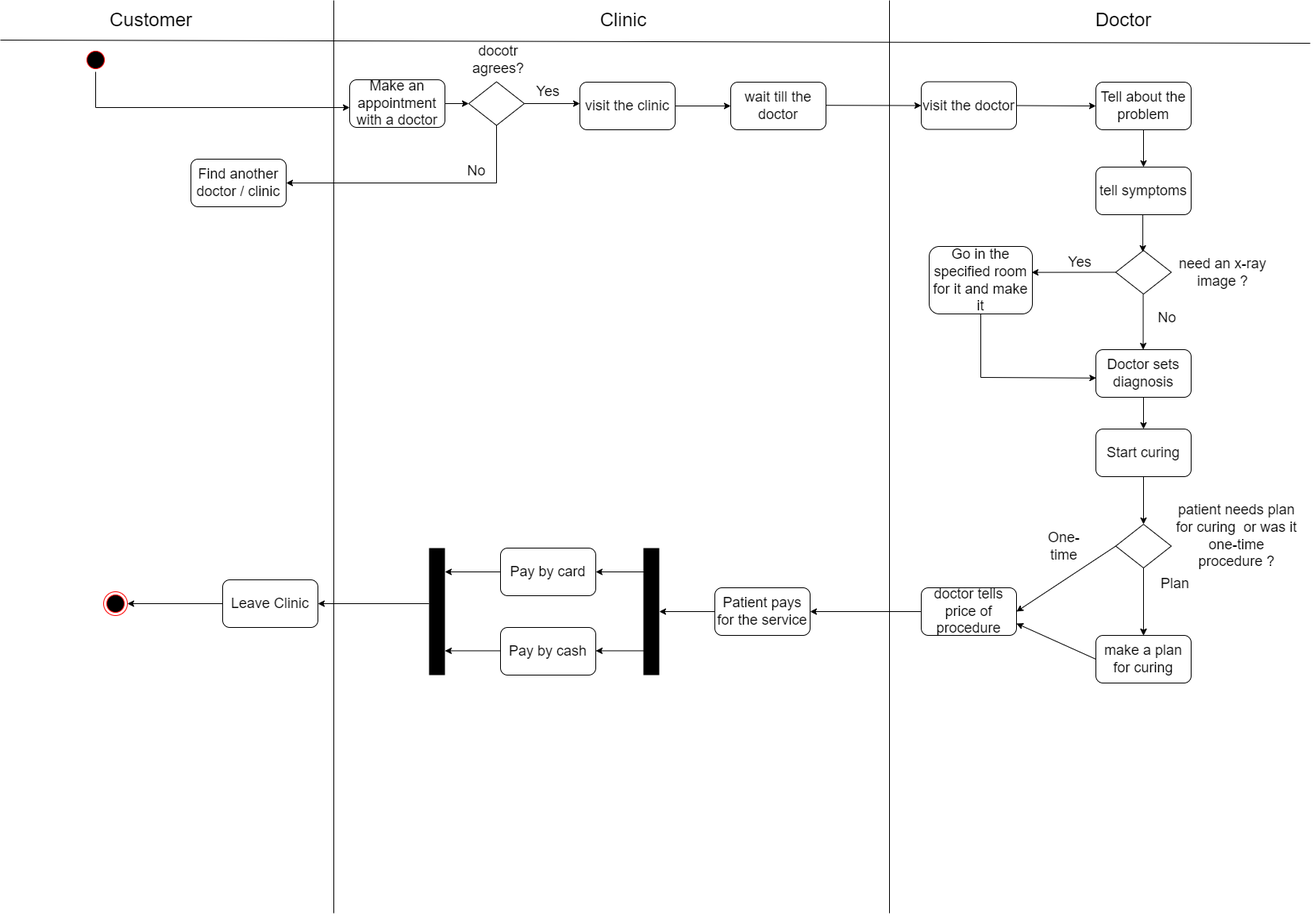
The draw.io diagram diagrams/ActivityDentalDiagram.drawio.png in NazarBylen/SoftwareDocumentationLabs, before a commit. Source tidied: cells renumbered, new cells last; positions are measured from the earlier drawing's top-left corner, leaving out a move shared by most shapes.
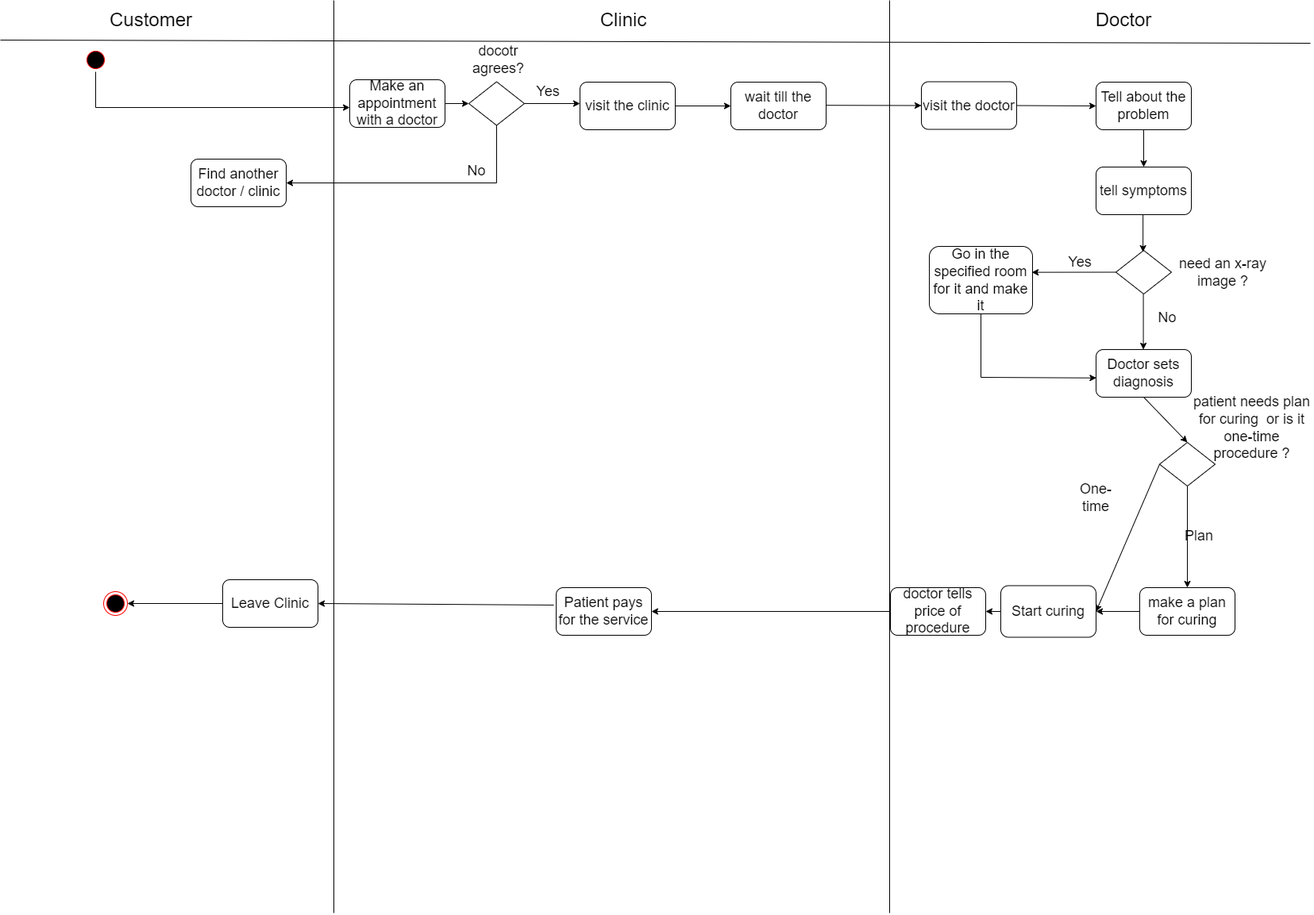
The same diagram one commit later.

Commit message:
diagrams refactored

The edit, as a diff of the source:
```diff
@@ -100,9 +100,6 @@
         <mxPoint x="1439.6" y="440" as="targetPoint" />
       </mxGeometry>
     </mxCell>
-    <mxCell id="28" value="Start curing" style="rounded=1;whiteSpace=wrap;html=1;strokeColor=default;align=center;verticalAlign=middle;fontFamily=Helvetica;fontSize=18;fontColor=default;fillColor=default;" parent="1" vertex="1">
-      <mxGeometry x="1380" y="540" width="120" height="60" as="geometry" />
-    </mxCell>
     <mxCell id="29" value="wait till the doctor" style="rounded=1;whiteSpace=wrap;html=1;strokeColor=default;align=center;verticalAlign=middle;fontFamily=Helvetica;fontSize=18;fontColor=default;fillColor=default;" parent="1" vertex="1">
       <mxGeometry x="920" y="103" width="120" height="60" as="geometry" />
     </mxCell>
@@ -136,111 +133,47 @@
         <mxPoint x="1439.1" y="317" as="targetPoint" />
       </mxGeometry>
     </mxCell>
-    <mxCell id="37" style="edgeStyle=orthogonalEdgeStyle;rounded=0;jettySize=auto;html=1;fontFamily=Helvetica;fontSize=18;fontColor=default;" parent="1" edge="1" source="38" target="28">
-      <mxGeometry relative="1" as="geometry" />
-    </mxCell>
     <mxCell id="38" value="Doctor sets diagnosis" style="rounded=1;whiteSpace=wrap;html=1;strokeColor=default;align=center;verticalAlign=middle;fontFamily=Helvetica;fontSize=18;fontColor=default;fillColor=default;" parent="1" vertex="1">
       <mxGeometry x="1380" y="440" width="120" height="60" as="geometry" />
     </mxCell>
     <mxCell id="39" value="doctor tells price of procedure" style="rounded=1;whiteSpace=wrap;html=1;strokeColor=default;align=center;verticalAlign=middle;fontFamily=Helvetica;fontSize=18;fontColor=default;fillColor=default;" parent="1" vertex="1">
-      <mxGeometry x="1160" y="740" width="120" height="60" as="geometry" />
+      <mxGeometry x="1121" y="740" width="120" height="60" as="geometry" />
     </mxCell>
-    <mxCell id="40" style="edgeStyle=orthogonalEdgeStyle;rounded=0;orthogonalLoop=1;jettySize=auto;html=1;fontFamily=Helvetica;fontSize=18;fontColor=default;" parent="1" edge="1">
-      <mxGeometry relative="1" as="geometry">
-        <mxPoint x="1440" y="600" as="sourcePoint" />
-        <mxPoint x="1440" y="660" as="targetPoint" />
-      </mxGeometry>
-    </mxCell>
-    <mxCell id="41" style="edgeStyle=orthogonalEdgeStyle;rounded=0;jettySize=auto;html=1;fontFamily=Helvetica;fontSize=18;fontColor=default;" parent="1" edge="1" source="42" target="45">
-      <mxGeometry relative="1" as="geometry" />
-    </mxCell>
     <mxCell id="42" style="rhombus;whiteSpace=wrap;html=1;" parent="1" vertex="1">
-      <mxGeometry x="1405" y="660" width="70" height="55" as="geometry" />
+      <mxGeometry x="1460" y="557" width="70" height="55" as="geometry" />
     </mxCell>
-    <mxCell id="43" value="patient needs plan for curing&amp;nbsp; or was it one-time procedure ?" style="text;html=1;align=center;verticalAlign=middle;whiteSpace=wrap;rounded=0;fontSize=18;" parent="1" vertex="1">
-      <mxGeometry x="1480" y="630" width="155" height="90" as="geometry" />
+    <mxCell id="43" value="patient needs plan for curing&amp;nbsp; or is it one-time procedure ?" style="text;html=1;align=center;verticalAlign=middle;whiteSpace=wrap;rounded=0;fontSize=18;" parent="1" vertex="1">
+      <mxGeometry x="1499" y="494" width="155" height="90" as="geometry" />
     </mxCell>
-    <mxCell id="44" style="endArrow=classic;html=1;rounded=0;fontFamily=Helvetica;fontSize=18;fontColor=default;exitX=0;exitY=0.5;exitDx=0;exitDy=0;entryX=1;entryY=0.5;entryDx=0;entryDy=0;" parent="1" edge="1" source="42" target="39">
+    <mxCell id="44" style="endArrow=classic;html=1;rounded=0;fontFamily=Helvetica;fontSize=18;fontColor=default;exitX=0;exitY=0.5;exitDx=0;exitDy=0;entryX=1;entryY=0.5;entryDx=0;entryDy=0;" parent="1" edge="1" source="28" target="39">
       <mxGeometry relative="1" as="geometry" />
     </mxCell>
     <mxCell id="45" value="make a plan for curing" style="rounded=1;whiteSpace=wrap;html=1;strokeColor=default;align=center;verticalAlign=middle;fontFamily=Helvetica;fontSize=18;fontColor=default;fillColor=default;" parent="1" vertex="1">
-      <mxGeometry x="1380" y="800" width="120" height="60" as="geometry" />
+      <mxGeometry x="1435" y="740" width="120" height="60" as="geometry" />
     </mxCell>
     <mxCell id="46" style="endArrow=classic;html=1;rounded=0;fontFamily=Helvetica;fontSize=18;fontColor=default;entryX=0.5;entryY=0;entryDx=0;entryDy=0;exitX=0.5;exitY=1;exitDx=0;exitDy=0;" parent="1" edge="1" source="42" target="45">
       <mxGeometry relative="1" as="geometry" />
     </mxCell>
-    <mxCell id="47" style="endArrow=classic;html=1;rounded=0;fontFamily=Helvetica;fontSize=18;fontColor=default;entryX=1;entryY=0.75;entryDx=0;entryDy=0;exitX=0;exitY=0.5;exitDx=0;exitDy=0;" parent="1" edge="1" source="45" target="39">
-      <mxGeometry relative="1" as="geometry" />
-    </mxCell>
-    <mxCell id="48" style="endArrow=classic;html=1;rounded=0;fontFamily=Helvetica;fontSize=18;fontColor=default;exitX=0;exitY=0.5;exitDx=0;exitDy=0;" parent="1" edge="1" source="39">
-      <mxGeometry relative="1" as="geometry">
-        <mxPoint x="1020" y="770" as="targetPoint" />
-      </mxGeometry>
+    <mxCell id="48" style="endArrow=classic;html=1;rounded=0;fontFamily=Helvetica;fontSize=18;fontColor=default;exitX=0;exitY=0.5;exitDx=0;exitDy=0;entryX=1;entryY=0.5;entryDx=0;entryDy=0;" parent="1" edge="1" source="39" target="49">
+      <mxGeometry relative="1" as="geometry" />
     </mxCell>
     <mxCell id="49" value="Patient pays for the service" style="rounded=1;whiteSpace=wrap;html=1;strokeColor=default;align=center;verticalAlign=middle;fontFamily=Helvetica;fontSize=18;fontColor=default;fillColor=default;" parent="1" vertex="1">
-      <mxGeometry x="900" y="740" width="120" height="60" as="geometry" />
+      <mxGeometry x="700" y="740" width="120" height="60" as="geometry" />
     </mxCell>
     <mxCell id="50" value="Plan" style="text;html=1;align=center;verticalAlign=middle;whiteSpace=wrap;rounded=0;fontFamily=Helvetica;fontSize=18;fontColor=default;" parent="1" vertex="1">
-      <mxGeometry x="1450" y="720" width="60" height="30" as="geometry" />
+      <mxGeometry x="1480" y="660" width="60" height="30" as="geometry" />
     </mxCell>
     <mxCell id="51" value="One-time" style="text;html=1;align=center;verticalAlign=middle;whiteSpace=wrap;rounded=0;fontFamily=Helvetica;fontSize=18;fontColor=default;" parent="1" vertex="1">
-      <mxGeometry x="1310" y="672.5" width="60" height="30" as="geometry" />
+      <mxGeometry x="1350" y="612" width="60" height="30" as="geometry" />
     </mxCell>
-    <mxCell id="52" style="endArrow=classic;html=1;rounded=0;fontFamily=Helvetica;fontSize=18;fontColor=default;exitX=0;exitY=0.5;exitDx=0;exitDy=0;" parent="1" edge="1" source="49">
+    <mxCell id="52" style="endArrow=classic;html=1;rounded=0;fontFamily=Helvetica;fontSize=18;fontColor=default;exitX=-0.024;exitY=0.366;exitDx=0;exitDy=0;exitPerimeter=0;" parent="1" edge="1" source="49">
       <mxGeometry relative="1" as="geometry">
-        <mxPoint x="830" y="770" as="targetPoint" />
+        <mxPoint x="400" y="760" as="targetPoint" />
       </mxGeometry>
     </mxCell>
-    <mxCell id="53" style="endArrow=none;html=1;rounded=0;fontFamily=Helvetica;fontSize=18;fontColor=default;strokeWidth=20;" parent="1" edge="1">
-      <mxGeometry relative="1" as="geometry">
-        <mxPoint x="820" y="850" as="sourcePoint" />
-        <mxPoint x="820" y="690" as="targetPoint" />
-      </mxGeometry>
-    </mxCell>
-    <mxCell id="54" style="endArrow=classic;html=1;rounded=0;fontFamily=Helvetica;fontSize=18;fontColor=default;" parent="1" edge="1">
-      <mxGeometry relative="1" as="geometry">
-        <mxPoint x="820" y="720" as="sourcePoint" />
-        <mxPoint x="750" y="720" as="targetPoint" />
-      </mxGeometry>
-    </mxCell>
-    <mxCell id="55" style="endArrow=classic;html=1;rounded=0;fontFamily=Helvetica;fontSize=18;fontColor=default;" parent="1" edge="1">
-      <mxGeometry relative="1" as="geometry">
-        <mxPoint x="820" y="819.4" as="sourcePoint" />
-        <mxPoint x="750" y="819.4" as="targetPoint" />
-      </mxGeometry>
-    </mxCell>
-    <mxCell id="56" value="Pay by card" style="rounded=1;whiteSpace=wrap;html=1;strokeColor=default;align=center;verticalAlign=middle;fontFamily=Helvetica;fontSize=18;fontColor=default;fillColor=default;" parent="1" vertex="1">
-      <mxGeometry x="630" y="690" width="120" height="60" as="geometry" />
-    </mxCell>
-    <mxCell id="57" value="Pay by cash" style="rounded=1;whiteSpace=wrap;html=1;strokeColor=default;align=center;verticalAlign=middle;fontFamily=Helvetica;fontSize=18;fontColor=default;fillColor=default;" parent="1" vertex="1">
-      <mxGeometry x="630" y="790" width="120" height="60" as="geometry" />
-    </mxCell>
-    <mxCell id="58" style="endArrow=none;html=1;rounded=0;fontFamily=Helvetica;fontSize=18;fontColor=default;strokeWidth=20;" parent="1" edge="1">
-      <mxGeometry relative="1" as="geometry">
-        <mxPoint x="550" y="850" as="sourcePoint" />
-        <mxPoint x="550" y="690" as="targetPoint" />
-      </mxGeometry>
-    </mxCell>
-    <mxCell id="59" style="endArrow=classic;html=1;rounded=0;fontFamily=Helvetica;fontSize=18;fontColor=default;" parent="1" edge="1">
-      <mxGeometry relative="1" as="geometry">
-        <mxPoint x="630" y="720" as="sourcePoint" />
-        <mxPoint x="560" y="720" as="targetPoint" />
-      </mxGeometry>
-    </mxCell>
-    <mxCell id="60" style="endArrow=classic;html=1;rounded=0;fontFamily=Helvetica;fontSize=18;fontColor=default;" parent="1" edge="1">
-      <mxGeometry relative="1" as="geometry">
-        <mxPoint x="630" y="819.4" as="sourcePoint" />
-        <mxPoint x="560" y="819.4" as="targetPoint" />
-      </mxGeometry>
-    </mxCell>
     <mxCell id="61" value="Leave Clinic" style="rounded=1;whiteSpace=wrap;html=1;strokeColor=default;align=center;verticalAlign=middle;fontFamily=Helvetica;fontSize=18;fontColor=default;fillColor=default;" parent="1" vertex="1">
       <mxGeometry x="280" y="730" width="120" height="60" as="geometry" />
     </mxCell>
-    <mxCell id="62" style="endArrow=classic;html=1;rounded=0;fontFamily=Helvetica;fontSize=18;fontColor=default;entryX=1;entryY=0.5;entryDx=0;entryDy=0;" parent="1" edge="1" target="61">
-      <mxGeometry relative="1" as="geometry">
-        <mxPoint x="540" y="760" as="sourcePoint" />
-      </mxGeometry>
-    </mxCell>
     <mxCell id="63" style="endArrow=classic;html=1;rounded=0;fontFamily=Helvetica;fontSize=18;fontColor=default;exitX=0;exitY=0.5;exitDx=0;exitDy=0;" parent="1" edge="1" source="61">
       <mxGeometry relative="1" as="geometry">
         <mxPoint x="160" y="760" as="targetPoint" />
@@ -255,5 +188,19 @@
         <mxPoint x="1650" y="54" as="targetPoint" />
       </mxGeometry>
     </mxCell>
+    <mxCell id="66" style="endArrow=classic;html=1;rounded=0;entryX=0.5;entryY=0;entryDx=0;entryDy=0;exitX=0.5;exitY=1;exitDx=0;exitDy=0;" parent="1" edge="1" source="38" target="42">
+      <mxGeometry relative="1" as="geometry" />
+    </mxCell>
+    <mxCell id="67" style="endArrow=classic;html=1;rounded=0;fontFamily=Helvetica;fontSize=18;fontColor=default;exitX=0;exitY=0.5;exitDx=0;exitDy=0;entryX=1;entryY=0.5;entryDx=0;entryDy=0;" parent="1" edge="1" source="42" target="28">
+      <mxGeometry relative="1" as="geometry" />
+    </mxCell>
+    <mxCell id="28" value="Start curing" style="rounded=1;whiteSpace=wrap;html=1;strokeColor=default;align=center;verticalAlign=middle;fontFamily=Helvetica;fontSize=18;fontColor=default;fillColor=default;" parent="1" vertex="1">
+      <mxGeometry x="1260" y="737.5" width="120" height="65" as="geometry" />
+    </mxCell>
+    <mxCell id="68" style="endArrow=classic;html=1;rounded=0;" parent="1" edge="1" source="45">
+      <mxGeometry relative="1" as="geometry">
+        <mxPoint x="1380" y="770" as="targetPoint" />
+      </mxGeometry>
+    </mxCell>
   </root>
 </mxGraphModel>
```
